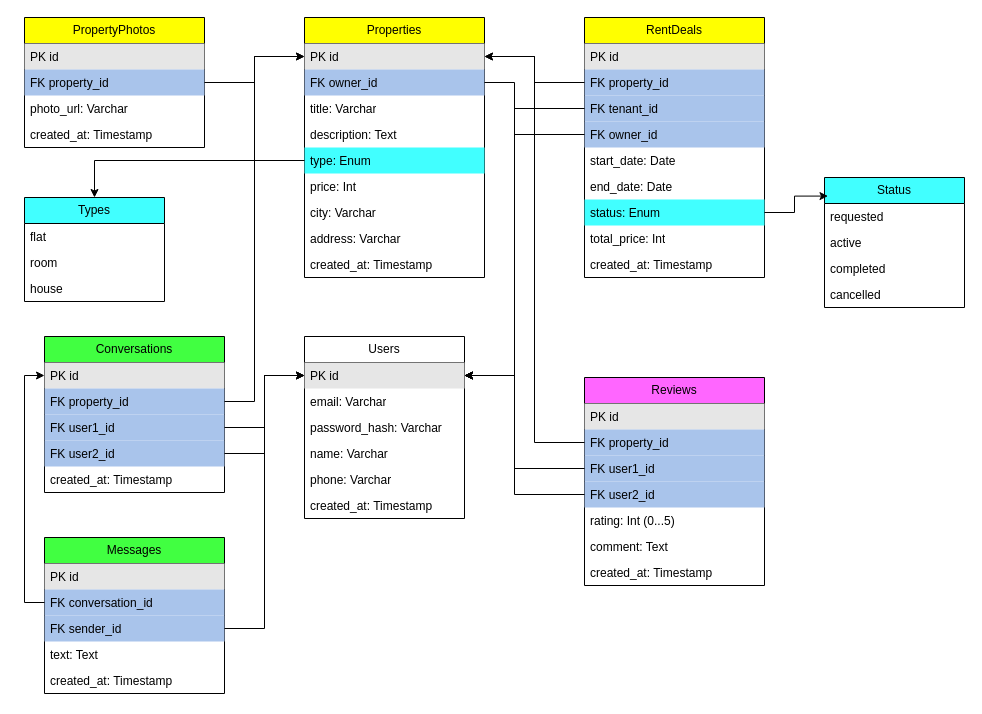
DianaKlapneva/ITMO-ACS-Backend-2026-C keeps this draw.io diagram as БР2.2/Зарецкий Юрий/homeworks/hw1/БР-БД.drawio. Above is the earlier version. Source tidied: cells renumbered, new cells numbered last; positions are measured from the earlier drawing's top-left corner, leaving out a move shared by most shapes. Both pictures are drawn from the tidied source at 100%, with x=0, y=0 at pixel (24, 17).
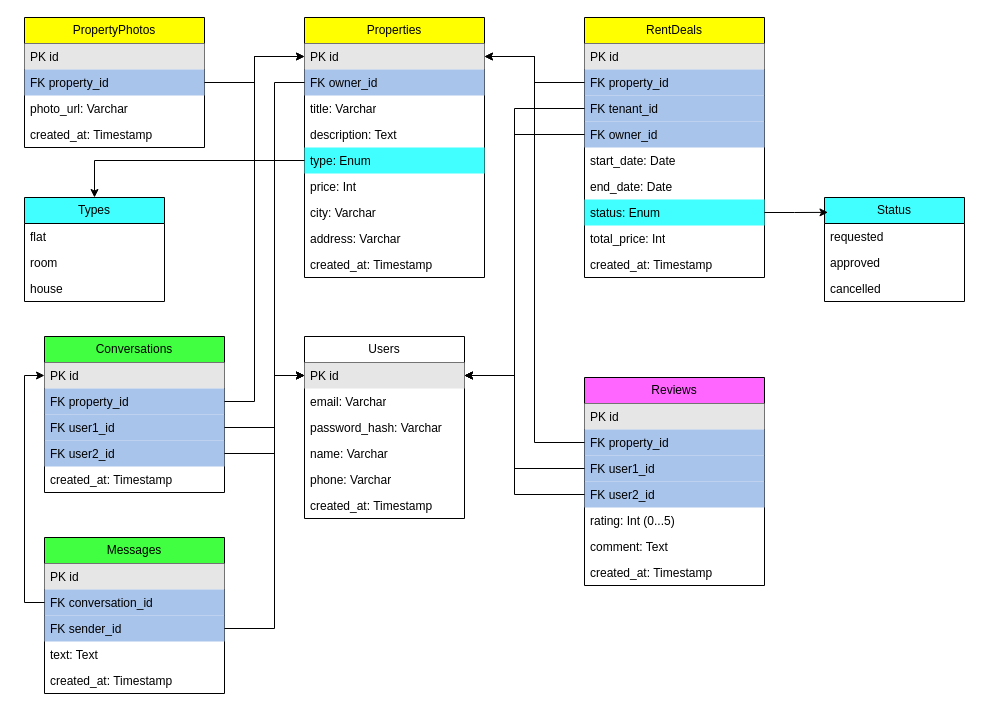
After the change.

Commit message (it also covers changes not shown here):
docs: Удаление лишнего типа

Unchanged cells that the change refers to:
```xml
<mxCell id="3" value="PK id" style="text;strokeColor=none;fillColor=#E6E6E6;align=left;verticalAlign=top;spacingLeft=4;spacingRight=4;overflow=hidden;points=[[0,0.5],[1,0.5]];portConstraint=eastwest;whiteSpace=wrap;html=1;" parent="2" vertex="1">
  <mxGeometry y="26" width="160" height="26" as="geometry" />
</mxCell>
<mxCell id="11" value="FK&amp;nbsp;owner_id" style="text;strokeColor=none;fillColor=#A9C4EB;align=left;verticalAlign=top;spacingLeft=4;spacingRight=4;overflow=hidden;points=[[0,0.5],[1,0.5]];portConstraint=eastwest;whiteSpace=wrap;html=1;" parent="9" vertex="1">
  <mxGeometry y="52" width="180" height="26" as="geometry" />
</mxCell>
<mxCell id="37" value="FK&amp;nbsp;user1_id" style="text;strokeColor=none;fillColor=#A9C4EB;align=left;verticalAlign=top;spacingLeft=4;spacingRight=4;overflow=hidden;points=[[0,0.5],[1,0.5]];portConstraint=eastwest;whiteSpace=wrap;html=1;" parent="34" vertex="1">
  <mxGeometry y="78" width="180" height="26" as="geometry" />
</mxCell>
<mxCell id="38" value="FK&amp;nbsp;user2_id" style="text;strokeColor=none;fillColor=#A9C4EB;align=left;verticalAlign=top;spacingLeft=4;spacingRight=4;overflow=hidden;points=[[0,0.5],[1,0.5]];portConstraint=eastwest;whiteSpace=wrap;html=1;" parent="34" vertex="1">
  <mxGeometry y="104" width="180" height="26" as="geometry" />
</mxCell>
<mxCell id="43" value="FK&amp;nbsp;sender_id" style="text;strokeColor=none;fillColor=#A9C4EB;align=left;verticalAlign=top;spacingLeft=4;spacingRight=4;overflow=hidden;points=[[0,0.5],[1,0.5]];portConstraint=eastwest;whiteSpace=wrap;html=1;" parent="40" vertex="1">
  <mxGeometry y="78" width="180" height="26" as="geometry" />
</mxCell>
```

Change to the diagram source:
```diff
@@
-    <mxCell id="58" style="edgeStyle=orthogonalEdgeStyle;rounded=0;jettySize=auto;html=1;entryX=1;entryY=0.5;entryDx=0;entryDy=0;" parent="1" edge="1" source="11" target="3">
+    <mxCell id="58" style="edgeStyle=orthogonalEdgeStyle;rounded=0;jettySize=auto;html=1;" parent="1" edge="1" source="11">
       <mxGeometry relative="1" as="geometry">
+        <mxPoint x="280" y="358" as="targetPoint" />
         <Array as="points">
-          <mxPoint x="490" y="65" />
-          <mxPoint x="490" y="358" />
+          <mxPoint x="250" y="65" />
+          <mxPoint x="250" y="358" />
         </Array>
       </mxGeometry>
     </mxCell>
@@
     <mxCell id="63" style="edgeStyle=orthogonalEdgeStyle;rounded=0;jettySize=auto;html=1;entryX=0;entryY=0.5;entryDx=0;entryDy=0;" parent="1" edge="1" source="37" target="3">
-      <mxGeometry relative="1" as="geometry" />
+      <mxGeometry relative="1" as="geometry">
+        <Array as="points">
+          <mxPoint x="250" y="410" />
+          <mxPoint x="250" y="358" />
+        </Array>
+      </mxGeometry>
     </mxCell>
     <mxCell id="64" style="edgeStyle=orthogonalEdgeStyle;rounded=0;jettySize=auto;html=1;entryX=0;entryY=0.5;entryDx=0;entryDy=0;" parent="1" edge="1" source="38" target="3">
-      <mxGeometry relative="1" as="geometry" />
+      <mxGeometry relative="1" as="geometry">
+        <Array as="points">
+          <mxPoint x="250" y="436" />
+          <mxPoint x="250" y="358" />
+        </Array>
+      </mxGeometry>
     </mxCell>
     <mxCell id="65" style="edgeStyle=orthogonalEdgeStyle;rounded=0;jettySize=auto;html=1;" parent="1" edge="1" source="43" target="3">
-      <mxGeometry relative="1" as="geometry" />
+      <mxGeometry relative="1" as="geometry">
+        <Array as="points">
+          <mxPoint x="250" y="611" />
+          <mxPoint x="250" y="358" />
+        </Array>
+      </mxGeometry>
     </mxCell>
@@
     <mxCell id="71" value="Status" style="swimlane;fontStyle=0;horizontal=1;startSize=26;fillColor=#41FFFF;whiteSpace=wrap;html=1;" parent="1" vertex="1">
-      <mxGeometry x="800" y="160" width="140" height="130" as="geometry" />
+      <mxGeometry x="800" y="180" width="140" height="104" as="geometry" />
     </mxCell>
@@
-    <mxCell id="73" value="active" style="text;strokeColor=none;fillColor=none;align=left;verticalAlign=top;spacingLeft=4;spacingRight=4;overflow=hidden;whiteSpace=wrap;html=1;" parent="71" vertex="1">
+    <mxCell id="73" value="approved" style="text;strokeColor=none;fillColor=none;align=left;verticalAlign=top;spacingLeft=4;spacingRight=4;overflow=hidden;whiteSpace=wrap;html=1;" parent="71" vertex="1">
       <mxGeometry y="52" width="140" height="26" as="geometry" />
     </mxCell>
-    <mxCell id="74" value="completed" style="text;strokeColor=none;fillColor=none;align=left;verticalAlign=top;spacingLeft=4;spacingRight=4;overflow=hidden;whiteSpace=wrap;html=1;" parent="71" vertex="1">
-      <mxGeometry y="78" width="140" height="26" as="geometry" />
-    </mxCell>
     <mxCell id="75" value="cancelled" style="text;strokeColor=none;fillColor=none;align=left;verticalAlign=top;spacingLeft=4;spacingRight=4;overflow=hidden;whiteSpace=wrap;html=1;" parent="71" vertex="1">
-      <mxGeometry y="104" width="140" height="26" as="geometry" />
+      <mxGeometry y="78" width="140" height="26" as="geometry" />
     </mxCell>
```
